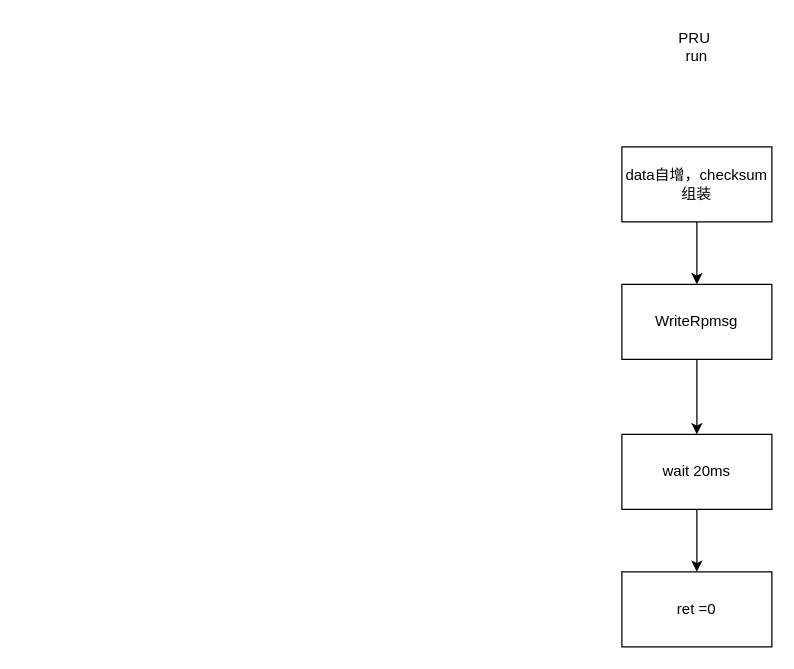
Earlier version of the draw.io diagram verify_if_rpmsg_is_correct.drawio (eziohzy/FlowChartRepository). Source tidied: cells renumbered, new cells numbered last; positions are measured from the earlier drawing's top-left corner, leaving out a move shared by most shapes. Both pictures are drawn from the tidied source at 125%, with x=0, y=0 at pixel (621, 34).
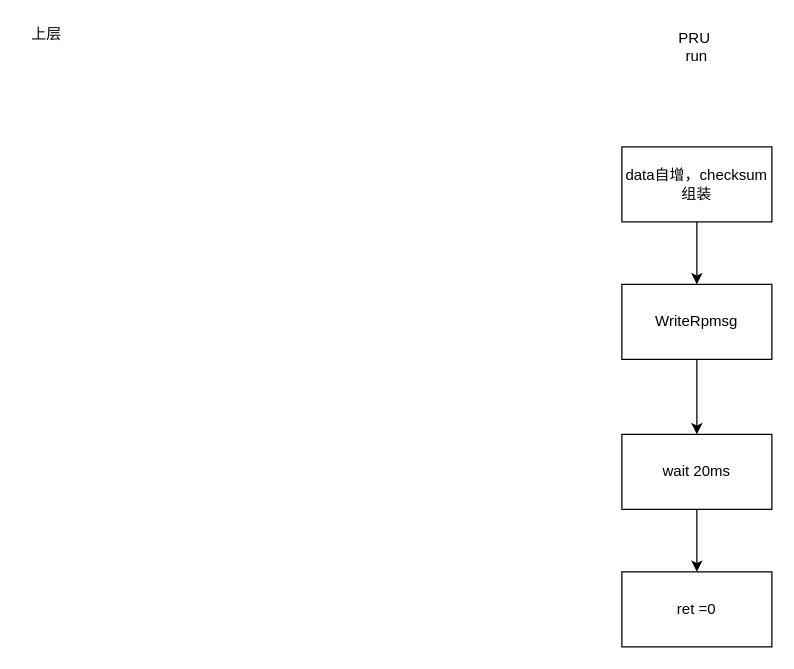
The same page after the edit.

What changed in the source:
```diff
@@
 <mxGraphModel>
   <root>
     <mxCell id="0" />
     <mxCell id="1" parent="0" />
     <mxCell id="2" value="PRU&amp;nbsp; run" style="text;html=1;strokeColor=none;fillColor=none;align=center;verticalAlign=middle;whiteSpace=wrap;rounded=0;" parent="1" vertex="1">
       <mxGeometry x="40" width="40" height="20" as="geometry" />
     </mxCell>
     <mxCell id="3" style="edgeStyle=orthogonalEdgeStyle;rounded=0;jettySize=auto;html=1;entryX=0.5;entryY=0;entryDx=0;entryDy=0;" parent="1" edge="1" source="4" target="6">
       <mxGeometry relative="1" as="geometry" />
     </mxCell>
     <mxCell id="4" value="data自增，checksum组装" style="rounded=0;whiteSpace=wrap;html=1;" parent="1" vertex="1">
       <mxGeometry y="90" width="120" height="60" as="geometry" />
     </mxCell>
     <mxCell id="5" style="edgeStyle=orthogonalEdgeStyle;rounded=0;jettySize=auto;html=1;exitX=0.5;exitY=1;exitDx=0;exitDy=0;entryX=0.5;entryY=0;entryDx=0;entryDy=0;" parent="1" edge="1" source="6" target="8">
       <mxGeometry relative="1" as="geometry" />
     </mxCell>
     <mxCell id="6" value="WriteRpmsg" style="rounded=0;whiteSpace=wrap;html=1;" parent="1" vertex="1">
       <mxGeometry y="200" width="120" height="60" as="geometry" />
     </mxCell>
     <mxCell id="7" style="edgeStyle=orthogonalEdgeStyle;rounded=0;jettySize=auto;html=1;entryX=0.5;entryY=0;entryDx=0;entryDy=0;" parent="1" edge="1" source="8" target="9">
       <mxGeometry relative="1" as="geometry" />
     </mxCell>
     <mxCell id="8" value="wait 20ms" style="rounded=0;whiteSpace=wrap;html=1;" parent="1" vertex="1">
       <mxGeometry y="320" width="120" height="60" as="geometry" />
     </mxCell>
     <mxCell id="9" value="ret =0" style="rounded=0;whiteSpace=wrap;html=1;" parent="1" vertex="1">
       <mxGeometry y="430" width="120" height="60" as="geometry" />
     </mxCell>
+    <mxCell id="10" value="上层" style="text;html=1;strokeColor=none;fillColor=none;align=center;verticalAlign=middle;whiteSpace=wrap;rounded=0;" parent="1" vertex="1">
+      <mxGeometry x="-480" y="-10" width="40" height="20" as="geometry" />
+    </mxCell>
   </root>
 </mxGraphModel>
```
